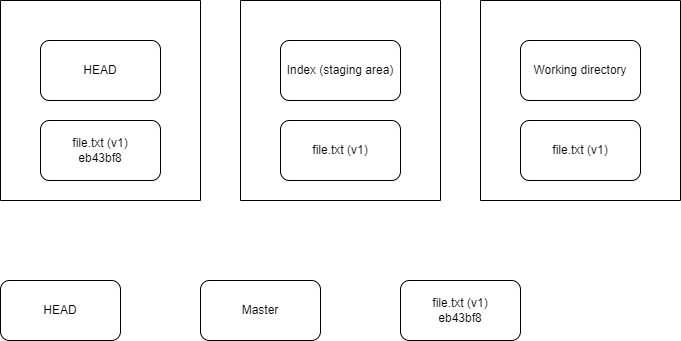
riehseun/riehseun.github.io keeps this draw.io diagram as img/git/git4.png. Above is the earlier version. Source tidied: cells renumbered, new cells last; positions are measured from the earlier drawing's top-left corner, leaving out a move shared by most shapes. Its diagram source:
```xml
<mxGraphModel>
  <root>
    <mxCell id="0" />
    <mxCell id="1" parent="0" />
    <mxCell id="2" value="HEAD" style="rounded=1;whiteSpace=wrap;html=1;" parent="1" vertex="1">
      <mxGeometry x="40" y="40" width="120" height="60" as="geometry" />
    </mxCell>
    <mxCell id="3" style="swimlane;startSize=0;" parent="1" vertex="1">
      <mxGeometry width="200" height="200" as="geometry" />
    </mxCell>
    <mxCell id="4" value="file.txt (v1)&lt;div&gt;eb43bf8&lt;/div&gt;" style="rounded=1;whiteSpace=wrap;html=1;" parent="3" vertex="1">
      <mxGeometry x="40" y="120" width="120" height="60" as="geometry" />
    </mxCell>
    <mxCell id="5" style="swimlane;startSize=0;" parent="1" vertex="1">
      <mxGeometry x="240" width="200" height="200" as="geometry" />
    </mxCell>
    <mxCell id="6" value="Index (staging area)" style="rounded=1;whiteSpace=wrap;html=1;" parent="5" vertex="1">
      <mxGeometry x="40" y="40" width="120" height="60" as="geometry" />
    </mxCell>
    <mxCell id="7" value="file.txt (v1)" style="rounded=1;whiteSpace=wrap;html=1;" parent="5" vertex="1">
      <mxGeometry x="40" y="120" width="120" height="60" as="geometry" />
    </mxCell>
    <mxCell id="8" style="swimlane;startSize=0;" parent="1" vertex="1">
      <mxGeometry x="480" width="200" height="200" as="geometry" />
    </mxCell>
    <mxCell id="9" value="Working directory" style="rounded=1;whiteSpace=wrap;html=1;" parent="8" vertex="1">
      <mxGeometry x="40" y="40" width="120" height="60" as="geometry" />
    </mxCell>
    <mxCell id="10" value="file.txt (v1)" style="rounded=1;whiteSpace=wrap;html=1;" parent="8" vertex="1">
      <mxGeometry x="40" y="120" width="120" height="60" as="geometry" />
    </mxCell>
    <mxCell id="11" value="HEAD" style="rounded=1;whiteSpace=wrap;html=1;" parent="1" vertex="1">
      <mxGeometry y="280" width="120" height="60" as="geometry" />
    </mxCell>
    <mxCell id="12" value="Master" style="rounded=1;whiteSpace=wrap;html=1;" parent="1" vertex="1">
      <mxGeometry x="200" y="280" width="120" height="60" as="geometry" />
    </mxCell>
    <mxCell id="13" value="file.txt (v1)&lt;div&gt;eb43bf8&lt;/div&gt;" style="rounded=1;whiteSpace=wrap;html=1;" parent="1" vertex="1">
      <mxGeometry x="400" y="280" width="120" height="60" as="geometry" />
    </mxCell>
  </root>
</mxGraphModel>
```
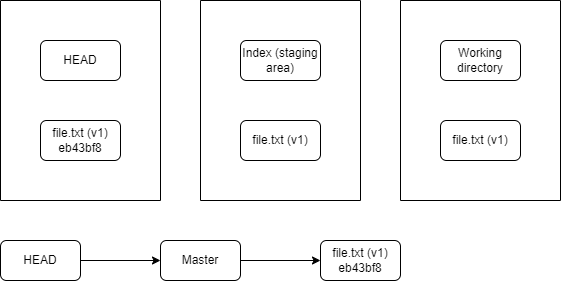
Later version of the same file.

The edit, as a diff of the source:
```diff
@@ -3,40 +3,46 @@
     <mxCell id="0" />
     <mxCell id="1" parent="0" />
     <mxCell id="2" value="HEAD" style="rounded=1;whiteSpace=wrap;html=1;" parent="1" vertex="1">
-      <mxGeometry x="40" y="40" width="120" height="60" as="geometry" />
+      <mxGeometry x="40" y="40" width="80" height="40" as="geometry" />
     </mxCell>
     <mxCell id="3" style="swimlane;startSize=0;" parent="1" vertex="1">
-      <mxGeometry width="200" height="200" as="geometry" />
+      <mxGeometry width="160" height="200" as="geometry" />
     </mxCell>
     <mxCell id="4" value="file.txt (v1)&lt;div&gt;eb43bf8&lt;/div&gt;" style="rounded=1;whiteSpace=wrap;html=1;" parent="3" vertex="1">
-      <mxGeometry x="40" y="120" width="120" height="60" as="geometry" />
+      <mxGeometry x="40" y="120" width="80" height="40" as="geometry" />
     </mxCell>
     <mxCell id="5" style="swimlane;startSize=0;" parent="1" vertex="1">
-      <mxGeometry x="240" width="200" height="200" as="geometry" />
+      <mxGeometry x="200" width="160" height="200" as="geometry" />
     </mxCell>
     <mxCell id="6" value="Index (staging area)" style="rounded=1;whiteSpace=wrap;html=1;" parent="5" vertex="1">
-      <mxGeometry x="40" y="40" width="120" height="60" as="geometry" />
+      <mxGeometry x="40" y="40" width="80" height="40" as="geometry" />
     </mxCell>
     <mxCell id="7" value="file.txt (v1)" style="rounded=1;whiteSpace=wrap;html=1;" parent="5" vertex="1">
-      <mxGeometry x="40" y="120" width="120" height="60" as="geometry" />
+      <mxGeometry x="40" y="120" width="80" height="40" as="geometry" />
     </mxCell>
     <mxCell id="8" style="swimlane;startSize=0;" parent="1" vertex="1">
-      <mxGeometry x="480" width="200" height="200" as="geometry" />
+      <mxGeometry x="400" width="160" height="200" as="geometry" />
     </mxCell>
     <mxCell id="9" value="Working directory" style="rounded=1;whiteSpace=wrap;html=1;" parent="8" vertex="1">
-      <mxGeometry x="40" y="40" width="120" height="60" as="geometry" />
+      <mxGeometry x="40" y="40" width="80" height="40" as="geometry" />
     </mxCell>
     <mxCell id="10" value="file.txt (v1)" style="rounded=1;whiteSpace=wrap;html=1;" parent="8" vertex="1">
-      <mxGeometry x="40" y="120" width="120" height="60" as="geometry" />
+      <mxGeometry x="40" y="120" width="80" height="40" as="geometry" />
     </mxCell>
+    <mxCell id="14" style="edgeStyle=orthogonalEdgeStyle;rounded=0;jettySize=auto;html=1;exitX=1;exitY=0.5;exitDx=0;exitDy=0;" parent="1" edge="1" source="11" target="12">
+      <mxGeometry relative="1" as="geometry" />
+    </mxCell>
     <mxCell id="11" value="HEAD" style="rounded=1;whiteSpace=wrap;html=1;" parent="1" vertex="1">
-      <mxGeometry y="280" width="120" height="60" as="geometry" />
+      <mxGeometry y="240" width="80" height="40" as="geometry" />
     </mxCell>
+    <mxCell id="15" style="edgeStyle=orthogonalEdgeStyle;rounded=0;jettySize=auto;html=1;exitX=1;exitY=0.5;exitDx=0;exitDy=0;entryX=0;entryY=0.5;entryDx=0;entryDy=0;" parent="1" edge="1" source="12" target="13">
+      <mxGeometry relative="1" as="geometry" />
+    </mxCell>
     <mxCell id="12" value="Master" style="rounded=1;whiteSpace=wrap;html=1;" parent="1" vertex="1">
-      <mxGeometry x="200" y="280" width="120" height="60" as="geometry" />
+      <mxGeometry x="160" y="240" width="80" height="40" as="geometry" />
     </mxCell>
     <mxCell id="13" value="file.txt (v1)&lt;div&gt;eb43bf8&lt;/div&gt;" style="rounded=1;whiteSpace=wrap;html=1;" parent="1" vertex="1">
-      <mxGeometry x="400" y="280" width="120" height="60" as="geometry" />
+      <mxGeometry x="320" y="240" width="80" height="40" as="geometry" />
     </mxCell>
   </root>
 </mxGraphModel>
```
